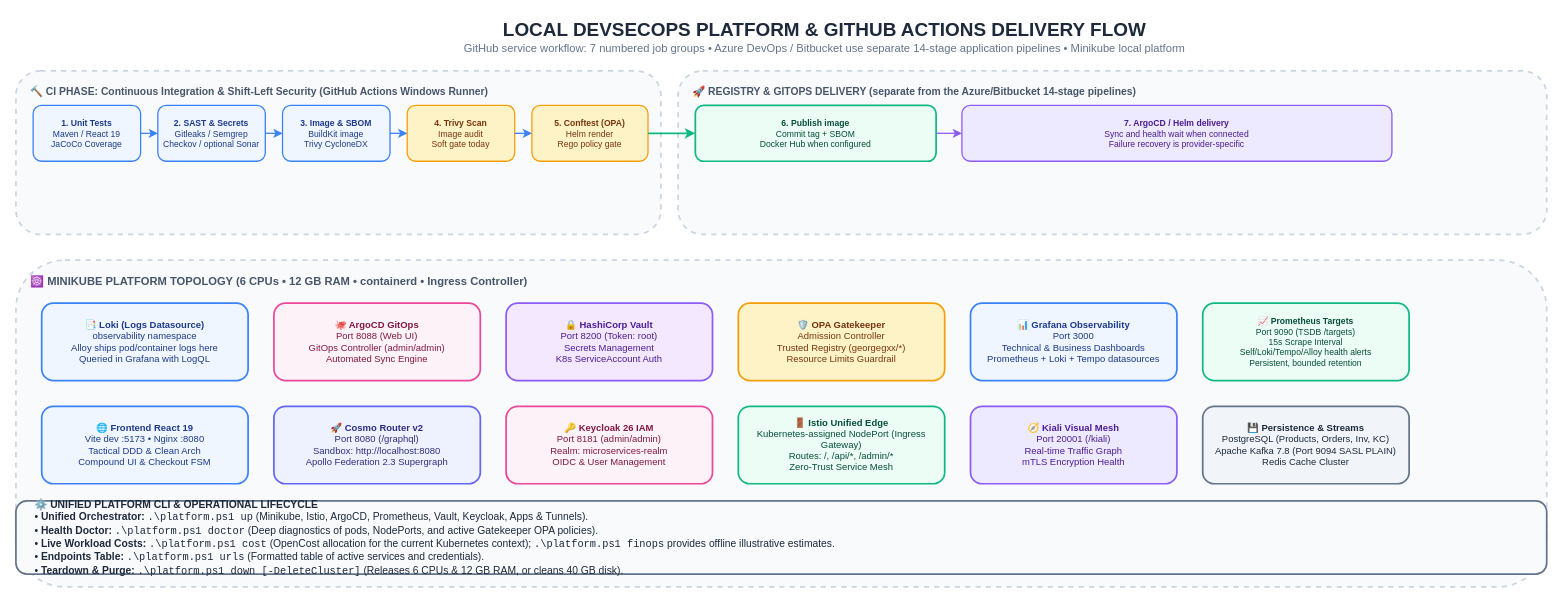
This is page "9. Local DevSecOps Platform & GitHub Actions Delivery" (9 of 12) of docs/Diagrams.drawio from GeorgeGxx/microservices-architecture, a draw.io file, before an edit. Source tidied: cells renumbered, new cells numbered last; positions are measured from the earlier drawing's top-left corner, leaving out a move shared by most shapes. Both pictures are drawn from the tidied source at 86%, with x=0, y=0 at pixel (15, 15).
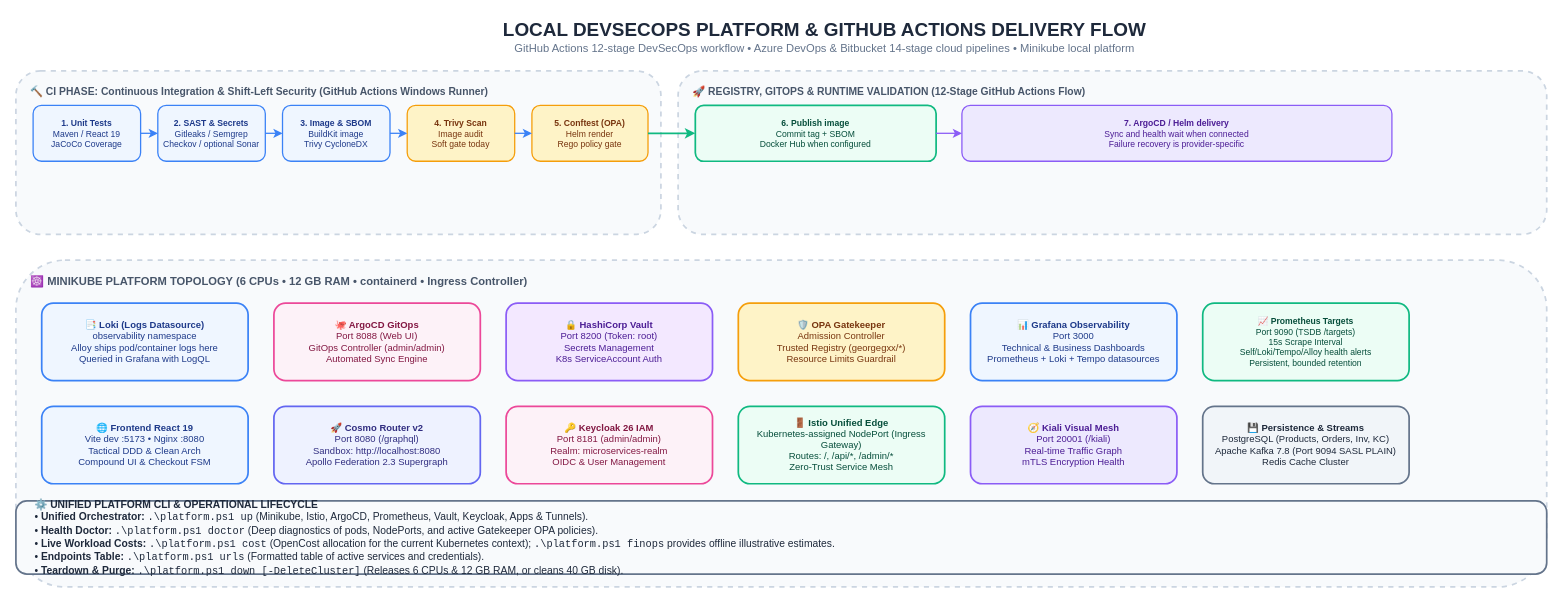
After the change.

Commit message (it also covers changes not shown here):
docs(ci): align DevSecOps pipeline stage definitions across docs, diagrams, and README

Diff of the diagram source:
```diff
@@
-    <mxCell id="2" value="&lt;b style='font-size:22px;color:#1E293B;'&gt;LOCAL DEVSECOPS PLATFORM &amp; GITHUB ACTIONS DELIVERY FLOW&lt;/b&gt;&lt;br&gt;&lt;span style='font-size:13px;color:#64748B;'&gt;GitHub service workflow: 7 numbered job groups • Azure DevOps / Bitbucket use separate 14-stage application pipelines • Minikube local platform&lt;/span&gt;" style="text;html=1;align=center;verticalAlign=middle;rounded=0;" parent="1" vertex="1">
+    <mxCell id="2" value="&lt;b style='font-size:22px;color:#1E293B;'&gt;LOCAL DEVSECOPS PLATFORM &amp; GITHUB ACTIONS DELIVERY FLOW&lt;/b&gt;&lt;br&gt;&lt;span style='font-size:13px;color:#64748B;'&gt;GitHub Actions 12-stage DevSecOps workflow • Azure DevOps &amp; Bitbucket 14-stage cloud pipelines • Minikube local platform&lt;/span&gt;" style="text;html=1;align=center;verticalAlign=middle;rounded=0;" parent="1" vertex="1">
       <mxGeometry x="240" width="1400" height="50" as="geometry" />
     </mxCell>
@@
-    <mxCell id="13" value="&lt;b&gt;🚀 REGISTRY &amp; GITOPS DELIVERY (separate from the Azure/Bitbucket 14-stage pipelines)&lt;/b&gt;" style="rounded=1;whiteSpace=wrap;html=1;fillColor=#F8FAFC;strokeColor=#CBD5E1;strokeWidth=2;verticalAlign=top;align=left;spacingLeft=15;spacingTop=10;fontColor=#475569;fontSize=12;dashed=1;" parent="1" vertex="1">
+    <mxCell id="13" value="&lt;b&gt;🚀 REGISTRY, GITOPS &amp; RUNTIME VALIDATION (12-Stage GitHub Actions Flow)&lt;/b&gt;" style="rounded=1;whiteSpace=wrap;html=1;fillColor=#F8FAFC;strokeColor=#CBD5E1;strokeWidth=2;verticalAlign=top;align=left;spacingLeft=15;spacingTop=10;fontColor=#475569;fontSize=12;dashed=1;" parent="1" vertex="1">
       <mxGeometry x="770" y="65" width="1010" height="190" as="geometry" />
     </mxCell>
```
